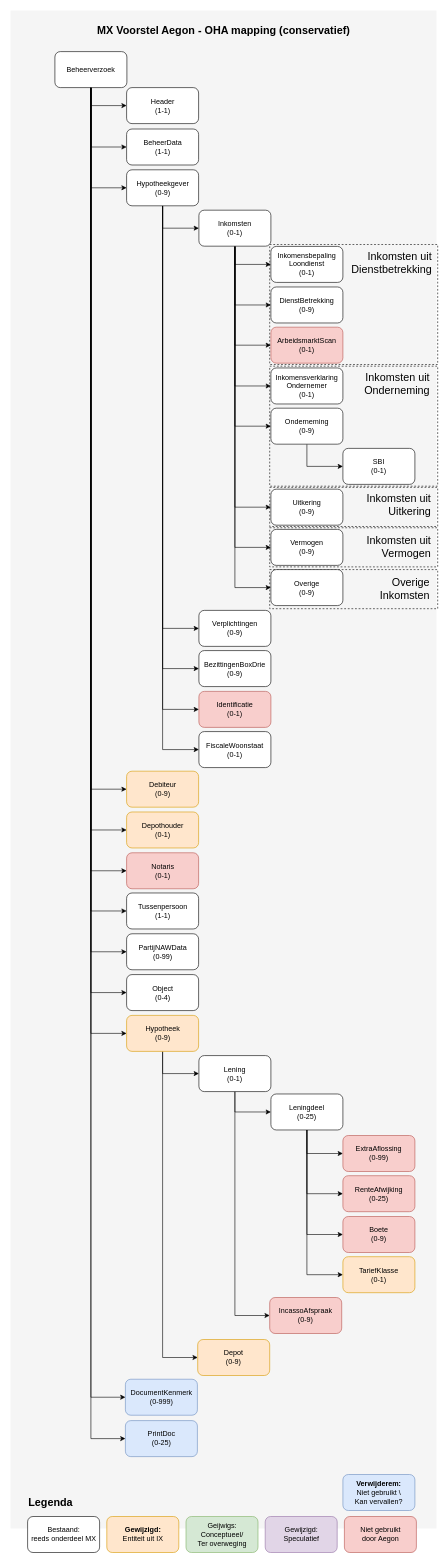
Above: page "newCONS" (3 of 15) of 3rdPartyDatasharing-HDN-MX-SX.drawio in luchthandel/diagrams (draw.io), before the change. Source tidied: cells renumbered, new cells numbered last; positions are measured from the earlier drawing's top-left corner, leaving out a move shared by most shapes. Both pictures are drawn from the tidied source at 60%, with x=0, y=0 at pixel (10, 10).
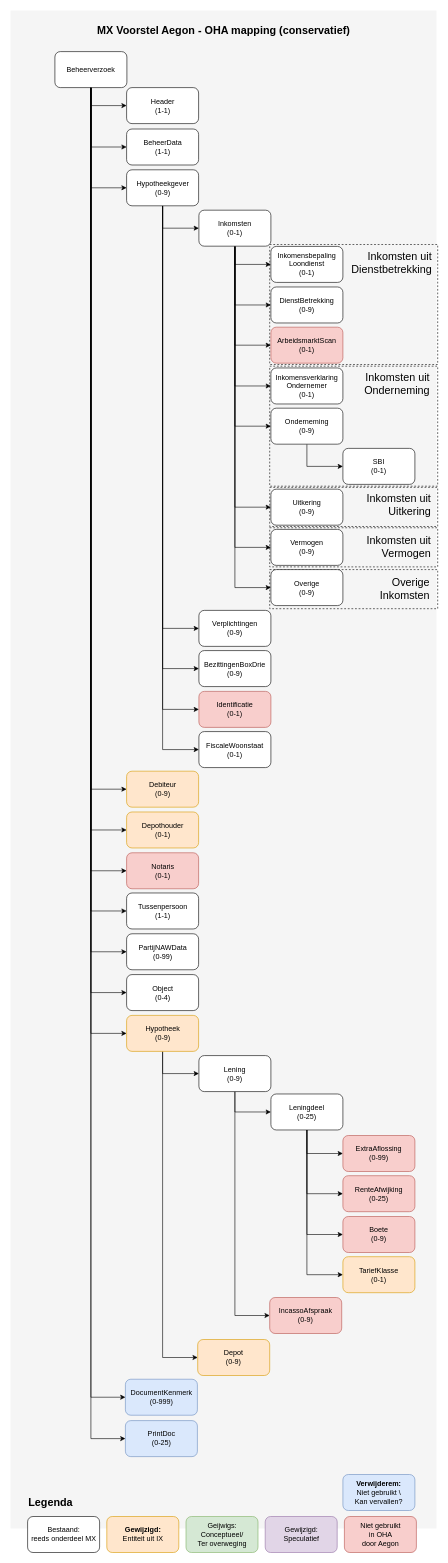
Above is the later version.

Unchanged cells that the change refers to:
```xml
<mxCell id="74" style="group;" parent="1" vertex="1">
  <mxGeometry x="27.5" y="2470" width="649" height="100" as="geometry" />
</mxCell>
```

Diff of the diagram source:
```diff
@@
-    <mxCell id="64" value="Lening&lt;br&gt;(0-1)" style="rounded=1;whiteSpace=wrap;html=1;fontStyle=0;" parent="1" vertex="1">
+    <mxCell id="64" value="Lening&lt;br&gt;(0-9)" style="rounded=1;whiteSpace=wrap;html=1;fontStyle=0;" parent="1" vertex="1">
       <mxGeometry x="314" y="1741.8" width="120" height="60" as="geometry" />
     </mxCell>
@@
-    <mxCell id="75" value="Niet gebruikt&lt;br&gt;door Aegon" style="rounded=1;whiteSpace=wrap;html=1;fontStyle=0;fillColor=#f8cecc;strokeColor=#b85450;" parent="74" vertex="1">
+    <mxCell id="75" value="Niet gebruikt&lt;br&gt;in OHA&lt;br&gt;door Aegon" style="rounded=1;whiteSpace=wrap;html=1;fontStyle=0;fillColor=#f8cecc;strokeColor=#b85450;" parent="74" vertex="1">
       <mxGeometry x="529" y="40" width="120" height="60" as="geometry" />
     </mxCell>
```
